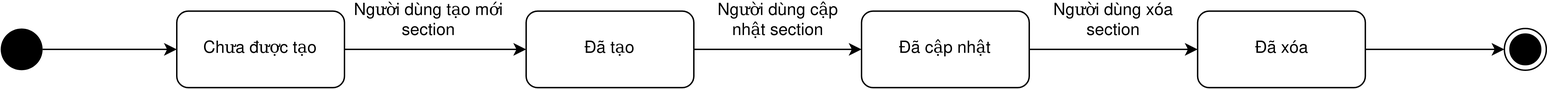
Merevoli-DatLuu/To-Do-App keeps this draw.io diagram as ToDoApp-Doc/Document/Diagram/State Machine Diagram/ManageSection/ManageSection.png. Above is the earlier version. Source tidied: cells renumbered, new cells last; positions are measured from the earlier drawing's top-left corner, leaving out a move shared by most shapes.
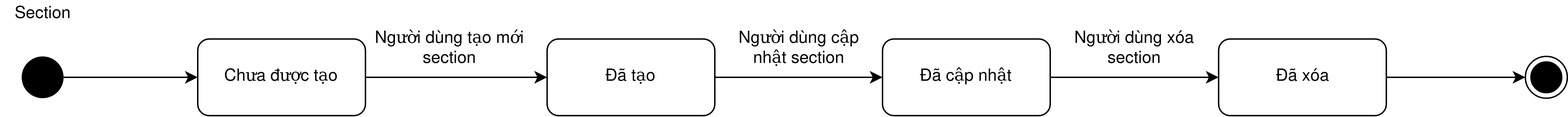
The same file after the commit.

Commit message:
[Document, Modified]: ManageSection.png StateDiagram

The edit, as a diff of the source:
```diff
@@ -44,5 +44,8 @@
     <mxCell id="15" style="ellipse;html=1;shape=endState;fillColor=#000000;strokeColor=#000000;" parent="1" vertex="1">
       <mxGeometry x="1076" y="20" width="30" height="30" as="geometry" />
     </mxCell>
+    <mxCell id="16" value="Section" style="text;html=1;align=center;verticalAlign=middle;" parent="1" vertex="1">
+      <mxGeometry x="-15" y="-20" width="60" height="20" as="geometry" />
+    </mxCell>
   </root>
 </mxGraphModel>
```
